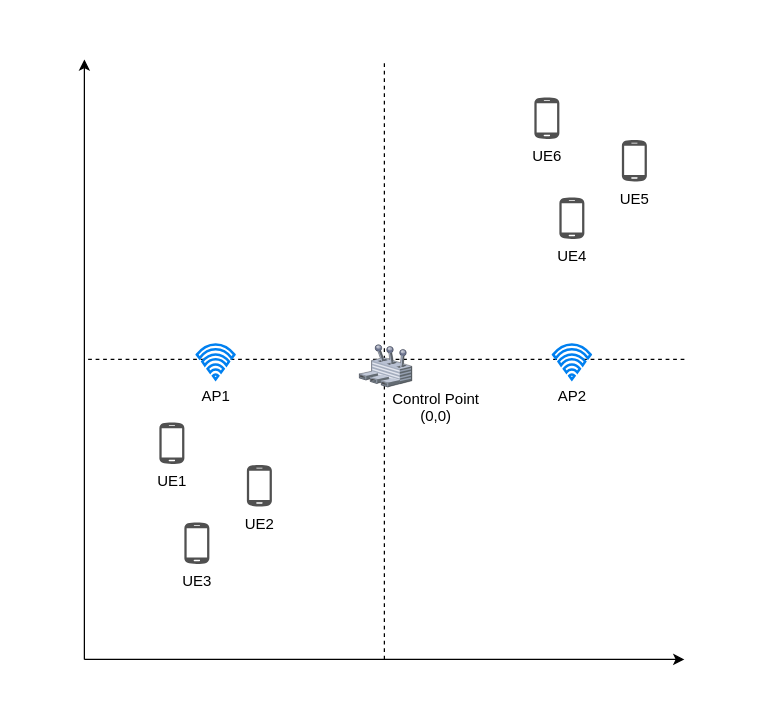
Before: page "Uniform" (3 of 3) of docs/report/experiment/images/05-cases-description.drawio in Kirkirillka/GPS_Tracker, a draw.io diagram. Source tidied: cells renumbered, new cells numbered last; positions are measured from the earlier drawing's top-left corner, leaving out a move shared by most shapes. Both pictures are drawn from the tidied source at 125%, with x=0, y=0 at pixel (84, 59).
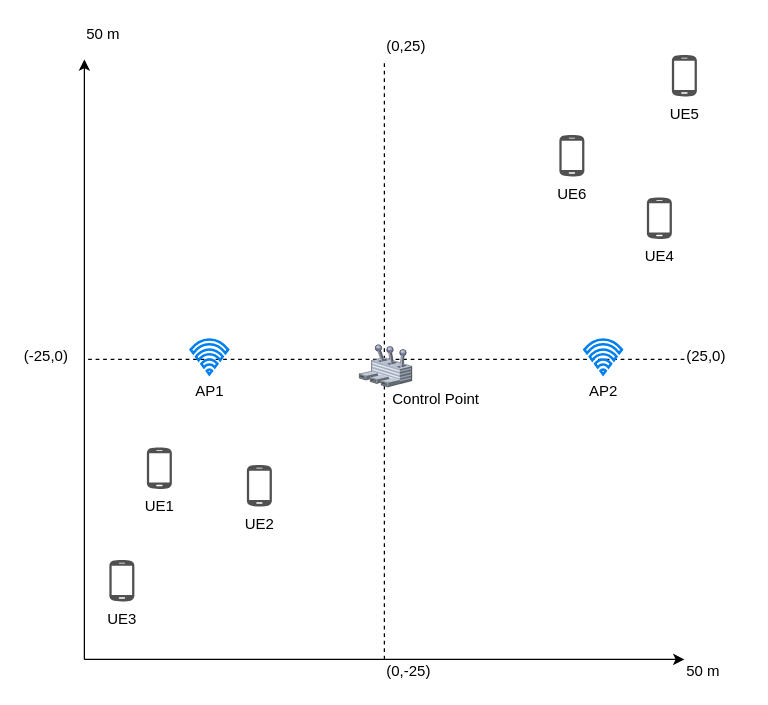
Above is the later version.

What changed in the source:
```diff
@@
-    <mxCell id="2" style="endArrow=classic;html=1;" parent="1" edge="1">
-      <mxGeometry relative="1" as="geometry">
-        <mxPoint y="480" as="sourcePoint" />
-        <mxPoint as="targetPoint" />
-      </mxGeometry>
-    </mxCell>
-    <mxCell id="3" style="endArrow=classic;html=1;" parent="1" edge="1">
-      <mxGeometry relative="1" as="geometry">
-        <mxPoint y="480" as="sourcePoint" />
-        <mxPoint x="480" y="480" as="targetPoint" />
-      </mxGeometry>
-    </mxCell>
-    <mxCell id="4" style="endArrow=none;html=1;dashed=1;" parent="1" edge="1">
-      <mxGeometry relative="1" as="geometry">
-        <mxPoint x="240" y="480" as="sourcePoint" />
-        <mxPoint x="240" as="targetPoint" />
-      </mxGeometry>
-    </mxCell>
-    <mxCell id="5" style="endArrow=none;html=1;dashed=1;" parent="1" edge="1">
-      <mxGeometry relative="1" as="geometry">
-        <mxPoint x="480" y="240" as="sourcePoint" />
-        <mxPoint y="240" as="targetPoint" />
-      </mxGeometry>
-    </mxCell>
+    <mxCell id="16" style="endArrow=classic;html=1;" parent="1" edge="1">
+      <mxGeometry relative="1" as="geometry">
+        <mxPoint y="480" as="sourcePoint" />
+        <mxPoint as="targetPoint" />
+      </mxGeometry>
+    </mxCell>
+    <mxCell id="17" style="endArrow=classic;html=1;" parent="1" edge="1">
+      <mxGeometry relative="1" as="geometry">
+        <mxPoint y="480" as="sourcePoint" />
+        <mxPoint x="480" y="480" as="targetPoint" />
+      </mxGeometry>
+    </mxCell>
+    <mxCell id="18" style="endArrow=none;html=1;dashed=1;" parent="1" edge="1">
+      <mxGeometry relative="1" as="geometry">
+        <mxPoint x="240" y="480" as="sourcePoint" />
+        <mxPoint x="240" as="targetPoint" />
+      </mxGeometry>
+    </mxCell>
+    <mxCell id="19" style="endArrow=none;html=1;dashed=1;" parent="1" edge="1">
+      <mxGeometry relative="1" as="geometry">
+        <mxPoint x="480" y="240" as="sourcePoint" />
+        <mxPoint y="240" as="targetPoint" />
+      </mxGeometry>
+    </mxCell>
     <mxCell id="6" value="UE6" style="shadow=0;dashed=0;html=1;strokeColor=none;fillColor=#505050;labelPosition=center;verticalLabelPosition=bottom;verticalAlign=top;align=center;shape=mxgraph.office.devices.cell_phone_android_standalone;" parent="1" vertex="1">
-      <mxGeometry x="360" y="30" width="20" height="34" as="geometry" />
+      <mxGeometry x="380" y="60" width="20" height="34" as="geometry" />
     </mxCell>
-    <mxCell id="7" value="Control Point&lt;br&gt;(0,0)" style="text;html=1;align=center;verticalAlign=top;spacingTop=-4;" parent="1" vertex="1">
-      <mxGeometry x="241" y="262" width="80" height="30" as="geometry" />
-    </mxCell>
+    <mxCell id="20" value="Control Point" style="text;html=1;align=center;verticalAlign=top;spacingTop=-4;" parent="1" vertex="1">
+      <mxGeometry x="241" y="262" width="80" height="20" as="geometry" />
+    </mxCell>
     <mxCell id="8" value="UE5" style="shadow=0;dashed=0;html=1;strokeColor=none;fillColor=#505050;labelPosition=center;verticalLabelPosition=bottom;verticalAlign=top;align=center;shape=mxgraph.office.devices.cell_phone_android_standalone;" parent="1" vertex="1">
-      <mxGeometry x="430" y="64" width="20" height="34" as="geometry" />
+      <mxGeometry x="470" y="-4" width="20" height="34" as="geometry" />
     </mxCell>
     <mxCell id="9" value="UE4" style="shadow=0;dashed=0;html=1;strokeColor=none;fillColor=#505050;labelPosition=center;verticalLabelPosition=bottom;verticalAlign=top;align=center;shape=mxgraph.office.devices.cell_phone_android_standalone;" parent="1" vertex="1">
-      <mxGeometry x="380" y="110" width="20" height="34" as="geometry" />
+      <mxGeometry x="450" y="110" width="20" height="34" as="geometry" />
     </mxCell>
     <mxCell id="10" value="UE1" style="shadow=0;dashed=0;html=1;strokeColor=none;fillColor=#505050;labelPosition=center;verticalLabelPosition=bottom;verticalAlign=top;align=center;shape=mxgraph.office.devices.cell_phone_android_standalone;" parent="1" vertex="1">
-      <mxGeometry x="60" y="290" width="20" height="34" as="geometry" />
+      <mxGeometry x="50" y="310" width="20" height="34" as="geometry" />
     </mxCell>
@@
     <mxCell id="12" value="UE3" style="shadow=0;dashed=0;html=1;strokeColor=none;fillColor=#505050;labelPosition=center;verticalLabelPosition=bottom;verticalAlign=top;align=center;shape=mxgraph.office.devices.cell_phone_android_standalone;" parent="1" vertex="1">
-      <mxGeometry x="80" y="370" width="20" height="34" as="geometry" />
+      <mxGeometry x="20" y="400" width="20" height="34" as="geometry" />
     </mxCell>
     <mxCell id="13" value="AP1" style="html=1;verticalLabelPosition=bottom;align=center;labelBackgroundColor=#ffffff;verticalAlign=top;strokeWidth=2;strokeColor=#0080F0;fillColor=#ffffff;shadow=0;dashed=0;shape=mxgraph.ios7.icons.wifi;" parent="1" vertex="1">
-      <mxGeometry x="90" y="228" width="30" height="28" as="geometry" />
+      <mxGeometry x="85" y="224" width="30" height="28" as="geometry" />
     </mxCell>
@@
     <mxCell id="15" value="AP2" style="html=1;verticalLabelPosition=bottom;align=center;labelBackgroundColor=#ffffff;verticalAlign=top;strokeWidth=2;strokeColor=#0080F0;fillColor=#ffffff;shadow=0;dashed=0;shape=mxgraph.ios7.icons.wifi;" parent="1" vertex="1">
-      <mxGeometry x="375" y="228" width="30" height="28" as="geometry" />
+      <mxGeometry x="400" y="224" width="30" height="28" as="geometry" />
     </mxCell>
+    <mxCell id="21" value="50 m&amp;nbsp;" style="text;html=1;align=left;verticalAlign=top;spacingTop=-4;" parent="1" vertex="1">
+      <mxGeometry x="480" y="480" width="50" height="20" as="geometry" />
+    </mxCell>
+    <mxCell id="22" value="50 m" style="text;html=1;align=left;verticalAlign=top;spacingTop=-4;" parent="1" vertex="1">
+      <mxGeometry y="-30" width="40" height="20" as="geometry" />
+    </mxCell>
+    <mxCell id="23" value="(25,0)" style="text;html=1;align=left;verticalAlign=top;spacingTop=-4;" parent="1" vertex="1">
+      <mxGeometry x="480" y="228" width="50" height="20" as="geometry" />
+    </mxCell>
+    <mxCell id="24" value="(0,-25)" style="text;html=1;align=left;verticalAlign=top;spacingTop=-4;" parent="1" vertex="1">
+      <mxGeometry x="239.5" y="480" width="50" height="20" as="geometry" />
+    </mxCell>
+    <mxCell id="25" value="(-25,0)" style="text;html=1;align=left;verticalAlign=top;spacingTop=-4;" parent="1" vertex="1">
+      <mxGeometry x="-50" y="228" width="50" height="20" as="geometry" />
+    </mxCell>
+    <mxCell id="26" value="(0,25)" style="text;html=1;align=left;verticalAlign=top;spacingTop=-4;" parent="1" vertex="1">
+      <mxGeometry x="239.5" y="-20" width="50" height="20" as="geometry" />
+    </mxCell>
```
